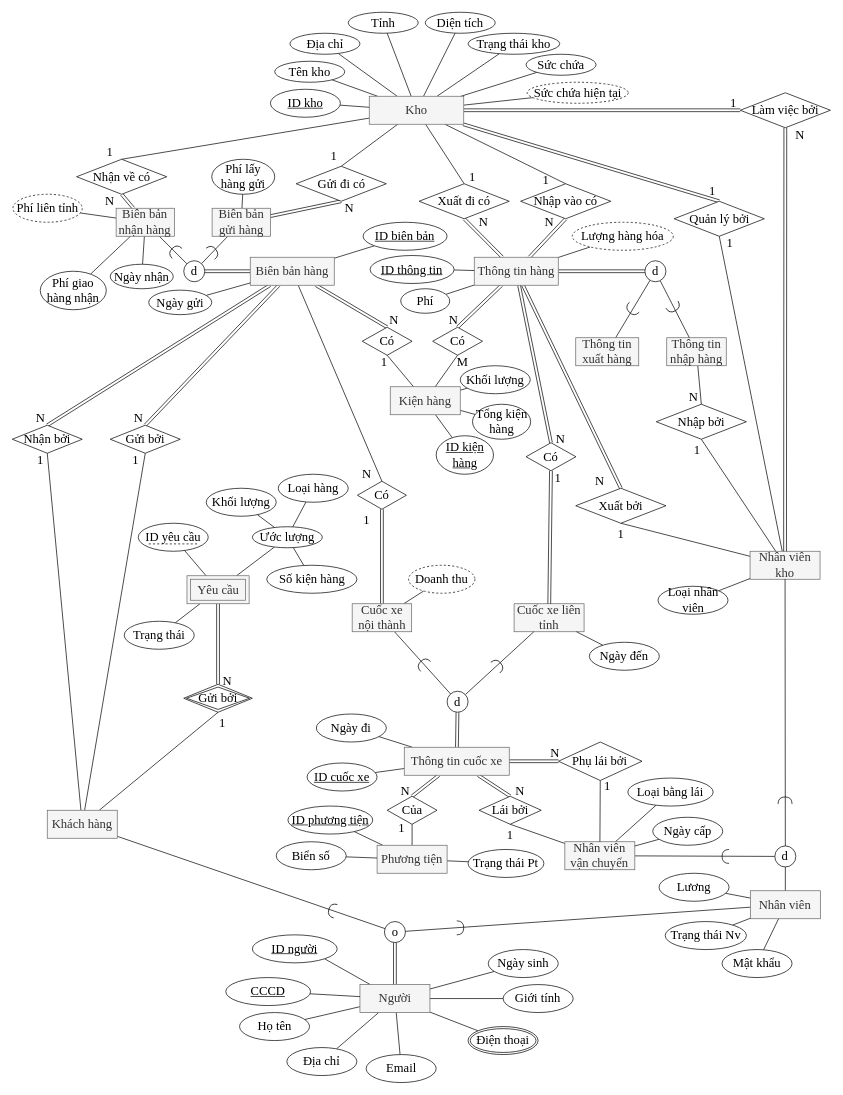
This is page "Doc" (1 of 2) of ERD.drawio from nqqduy/DBS_Assignment_2, a draw.io file, before an edit. Source tidied: cells renumbered, new cells numbered last; positions are measured from the earlier drawing's top-left corner, leaving out a move shared by most shapes. Both pictures are drawn from the tidied source at 70%, with x=0, y=0 at pixel (12, 12).
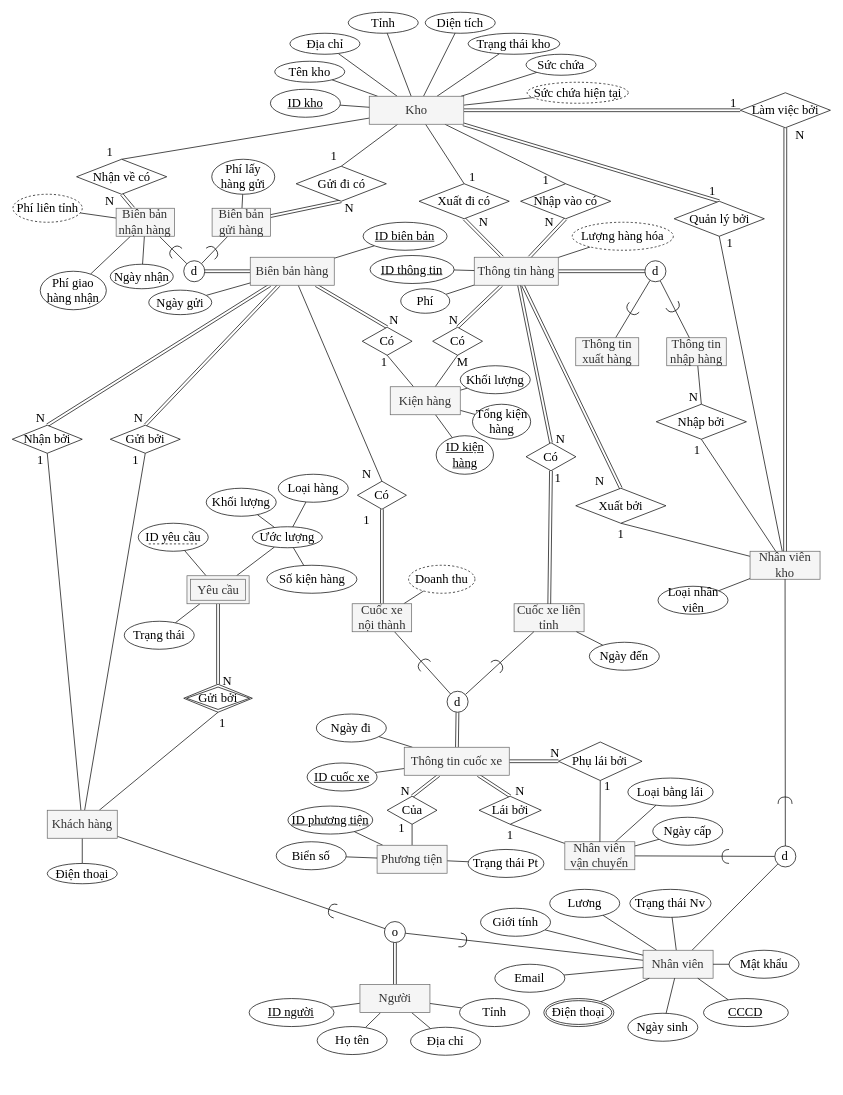
The same diagram, later.

Commit message (it also covers changes not shown here):
Tach Khach hang va Nhan vien

Unchanged cells that the change refers to:
```xml
<mxCell id="119" value="Khách hàng" style="whiteSpace=wrap;html=1;align=center;rounded=0;shadow=0;glass=0;labelBackgroundColor=none;sketch=0;disableMultiStroke=0;disableMultiStrokeFill=0;strokeColor=#666666;fontFamily=Times New Roman;fontSize=18;fillColor=#f5f5f5;fontColor=#333333;" parent="1" vertex="1">
  <mxGeometry x="50" y="1140" width="100" height="40" as="geometry" />
</mxCell>
<mxCell id="129" value="Người" style="whiteSpace=wrap;html=1;align=center;rounded=0;shadow=0;glass=0;labelBackgroundColor=none;sketch=0;disableMultiStroke=0;disableMultiStrokeFill=0;strokeColor=#666666;fontFamily=Times New Roman;fontSize=18;fillColor=#f5f5f5;fontColor=#333333;" parent="1" vertex="1">
  <mxGeometry x="496.7" y="1389" width="100" height="40" as="geometry" />
</mxCell>
```

The edit, as a diff of the source:
```diff
@@
     <mxCell id="103" value="Nhân viên" style="whiteSpace=wrap;html=1;align=center;rounded=0;shadow=0;glass=0;labelBackgroundColor=none;sketch=0;disableMultiStroke=0;disableMultiStrokeFill=0;strokeColor=#666666;fontFamily=Times New Roman;fontSize=18;fillColor=#f5f5f5;fontColor=#333333;" parent="1" vertex="1">
-      <mxGeometry x="1054.4" y="1255" width="100" height="40" as="geometry" />
+      <mxGeometry x="901.2" y="1340" width="100" height="40" as="geometry" />
     </mxCell>
@@
+    <mxCell id="236" style="edgeStyle=none;rounded=0;jettySize=auto;html=1;endArrow=none;endFill=0;" parent="1" edge="1" source="119" target="239">
+      <mxGeometry relative="1" as="geometry" />
+    </mxCell>
@@
-    <mxCell id="123" style="edgeStyle=none;rounded=0;jettySize=auto;html=1;startArrow=none;startFill=0;endArrow=none;endFill=0;fontFamily=Times New Roman;fontSize=18;" parent="1" edge="1" source="129" target="188">
+    <mxCell id="123" style="edgeStyle=none;rounded=0;jettySize=auto;html=1;startArrow=none;startFill=0;endArrow=none;endFill=0;fontFamily=Times New Roman;fontSize=18;" parent="1" edge="1" source="103" target="188">
       <mxGeometry relative="1" as="geometry" />
     </mxCell>
-    <mxCell id="124" style="edgeStyle=none;rounded=0;jettySize=auto;html=1;startArrow=none;startFill=0;endArrow=none;endFill=0;fontFamily=Times New Roman;fontSize=18;" parent="1" edge="1" source="129" target="203">
+    <mxCell id="124" style="edgeStyle=none;rounded=0;jettySize=auto;html=1;startArrow=none;startFill=0;endArrow=none;endFill=0;fontFamily=Times New Roman;fontSize=18;" parent="1" edge="1" source="103" target="203">
       <mxGeometry relative="1" as="geometry" />
     </mxCell>
-    <mxCell id="125" style="edgeStyle=none;rounded=0;jettySize=auto;html=1;startArrow=none;startFill=0;endArrow=none;endFill=0;fontFamily=Times New Roman;fontSize=18;" parent="1" edge="1" source="129" target="189">
+    <mxCell id="125" style="edgeStyle=none;rounded=0;jettySize=auto;html=1;startArrow=none;startFill=0;endArrow=none;endFill=0;fontFamily=Times New Roman;fontSize=18;" parent="1" edge="1" source="103" target="189">
       <mxGeometry relative="1" as="geometry" />
     </mxCell>
-    <mxCell id="126" style="rounded=0;jettySize=auto;html=1;startArrow=none;startFill=0;endArrow=none;endFill=0;fontFamily=Times New Roman;fontSize=18;" parent="1" edge="1" source="129" target="200">
+    <mxCell id="126" style="rounded=0;jettySize=auto;html=1;startArrow=none;startFill=0;endArrow=none;endFill=0;fontFamily=Times New Roman;fontSize=18;" parent="1" edge="1" source="103" target="200">
       <mxGeometry relative="1" as="geometry" />
     </mxCell>
-    <mxCell id="127" style="edgeStyle=none;rounded=0;jettySize=auto;html=1;entryX=1;entryY=1;entryDx=0;entryDy=0;endArrow=none;endFill=0;" parent="1" edge="1" source="129" target="206">
+    <mxCell id="127" style="edgeStyle=none;rounded=0;jettySize=auto;html=1;endArrow=none;endFill=0;" parent="1" edge="1" source="129" target="206">
       <mxGeometry relative="1" as="geometry" />
     </mxCell>
@@
+    <mxCell id="237" style="rounded=0;jettySize=auto;html=1;endArrow=none;endFill=0;" parent="1" edge="1" source="129" target="238">
+      <mxGeometry relative="1" as="geometry" />
+    </mxCell>
@@
-    <mxCell id="184" style="edgeStyle=none;rounded=0;jettySize=auto;html=1;startArrow=none;startFill=0;endArrow=none;endFill=0;fontFamily=Times New Roman;fontSize=18;" parent="1" edge="1" source="185" target="129">
+    <mxCell id="184" style="edgeStyle=none;rounded=0;jettySize=auto;html=1;startArrow=none;startFill=0;endArrow=none;endFill=0;fontFamily=Times New Roman;fontSize=18;" parent="1" edge="1" source="185" target="103">
       <mxGeometry relative="1" as="geometry" />
     </mxCell>
     <mxCell id="185" value="CCCD" style="ellipse;whiteSpace=wrap;html=1;align=center;fontFamily=Times New Roman;fontSize=18;fontStyle=4;" parent="1" vertex="1">
-      <mxGeometry x="305" y="1379" width="121.2" height="40" as="geometry" />
+      <mxGeometry x="987.5" y="1409" width="121.2" height="40" as="geometry" />
     </mxCell>
     <mxCell id="186" value="Họ tên" style="ellipse;whiteSpace=wrap;html=1;align=center;fontFamily=Times New Roman;fontSize=18;fontStyle=0;" parent="1" vertex="1">
-      <mxGeometry x="324.7" y="1429" width="100" height="40" as="geometry" />
+      <mxGeometry x="435.6" y="1449" width="100" height="40" as="geometry" />
     </mxCell>
     <mxCell id="187" value="Địa chỉ" style="ellipse;whiteSpace=wrap;html=1;align=center;fontFamily=Times New Roman;fontSize=18;fontStyle=0;" parent="1" vertex="1">
-      <mxGeometry x="392.3" y="1479" width="100" height="40" as="geometry" />
+      <mxGeometry x="569" y="1450" width="100" height="40" as="geometry" />
     </mxCell>
     <mxCell id="188" value="Email" style="ellipse;whiteSpace=wrap;html=1;align=center;fontFamily=Times New Roman;fontSize=18;fontStyle=0;" parent="1" vertex="1">
-      <mxGeometry x="505.6" y="1489" width="100" height="40" as="geometry" />
+      <mxGeometry x="689.4" y="1360" width="100" height="40" as="geometry" />
     </mxCell>
     <mxCell id="189" value="Giới tính" style="ellipse;whiteSpace=wrap;html=1;align=center;fontFamily=Times New Roman;fontSize=18;fontStyle=0;" parent="1" vertex="1">
-      <mxGeometry x="701.3" y="1389" width="100" height="40" as="geometry" />
+      <mxGeometry x="669" y="1280" width="100" height="40" as="geometry" />
     </mxCell>
@@
     <mxCell id="193" value="Lương" style="ellipse;whiteSpace=wrap;html=1;align=center;fontFamily=Times New Roman;fontSize=18;fontStyle=0;" parent="1" vertex="1">
-      <mxGeometry x="924" y="1230" width="100" height="40" as="geometry" />
+      <mxGeometry x="767.8" y="1253" width="100" height="40" as="geometry" />
     </mxCell>
@@
-    <mxCell id="195" style="shape=requiredInterface;html=1;verticalLabelPosition=bottom;fontFamily=Times New Roman;fontSize=18;rotation=0;" parent="1" vertex="1">
-      <mxGeometry x="635" y="1298" width="10" height="20" as="geometry" />
+    <mxCell id="195" style="shape=requiredInterface;html=1;verticalLabelPosition=bottom;fontFamily=Times New Roman;fontSize=18;rotation=10;" parent="1" vertex="1">
+      <mxGeometry x="639" y="1316" width="10" height="20" as="geometry" />
     </mxCell>
@@
     <mxCell id="200" value="Ngày sinh" style="ellipse;whiteSpace=wrap;html=1;align=center;fontFamily=Times New Roman;fontSize=18;fontStyle=0;" parent="1" vertex="1">
-      <mxGeometry x="680" y="1339" width="100" height="40" as="geometry" />
+      <mxGeometry x="879.4" y="1430" width="100" height="40" as="geometry" />
     </mxCell>
@@
     <mxCell id="203" value="&lt;span style=&quot;font-family: &amp;#34;times new roman&amp;#34; ; font-size: 18px&quot;&gt;Điện thoại&lt;/span&gt;" style="ellipse;shape=doubleEllipse;margin=3;whiteSpace=wrap;html=1;align=center;" parent="1" vertex="1">
-      <mxGeometry x="651.2" y="1449" width="100" height="40" as="geometry" />
+      <mxGeometry x="759.4" y="1409" width="100" height="40" as="geometry" />
     </mxCell>
@@
     <mxCell id="206" value="ID người" style="ellipse;whiteSpace=wrap;html=1;align=center;fontFamily=Times New Roman;fontSize=18;fontStyle=4;" parent="1" vertex="1">
-      <mxGeometry x="343" y="1318" width="121.2" height="40" as="geometry" />
+      <mxGeometry x="338.4" y="1409" width="121.2" height="40" as="geometry" />
     </mxCell>
@@
     <mxCell id="226" value="Mật khẩu" style="ellipse;whiteSpace=wrap;html=1;align=center;fontFamily=Times New Roman;fontSize=18;fontStyle=0;" parent="1" vertex="1">
-      <mxGeometry x="1014" y="1339" width="100" height="40" as="geometry" />
+      <mxGeometry x="1024" y="1340" width="100" height="40" as="geometry" />
     </mxCell>
@@
     <mxCell id="230" value="Trạng thái Nv" style="ellipse;whiteSpace=wrap;html=1;align=center;fontFamily=Times New Roman;fontSize=18;fontStyle=0;" parent="1" vertex="1">
-      <mxGeometry x="932.8" y="1299" width="116" height="40" as="geometry" />
+      <mxGeometry x="882.3" y="1253" width="116" height="40" as="geometry" />
     </mxCell>
@@
+    <mxCell id="238" value="Tỉnh" style="ellipse;whiteSpace=wrap;html=1;align=center;fontFamily=Times New Roman;fontSize=18;fontStyle=0;" parent="1" vertex="1">
+      <mxGeometry x="639" y="1409" width="100" height="40" as="geometry" />
+    </mxCell>
+    <mxCell id="239" value="Điện thoại" style="ellipse;whiteSpace=wrap;html=1;align=center;fontFamily=Times New Roman;fontSize=18;fontStyle=0;" parent="1" vertex="1">
+      <mxGeometry x="50" y="1216" width="100" height="29" as="geometry" />
+    </mxCell>
```
